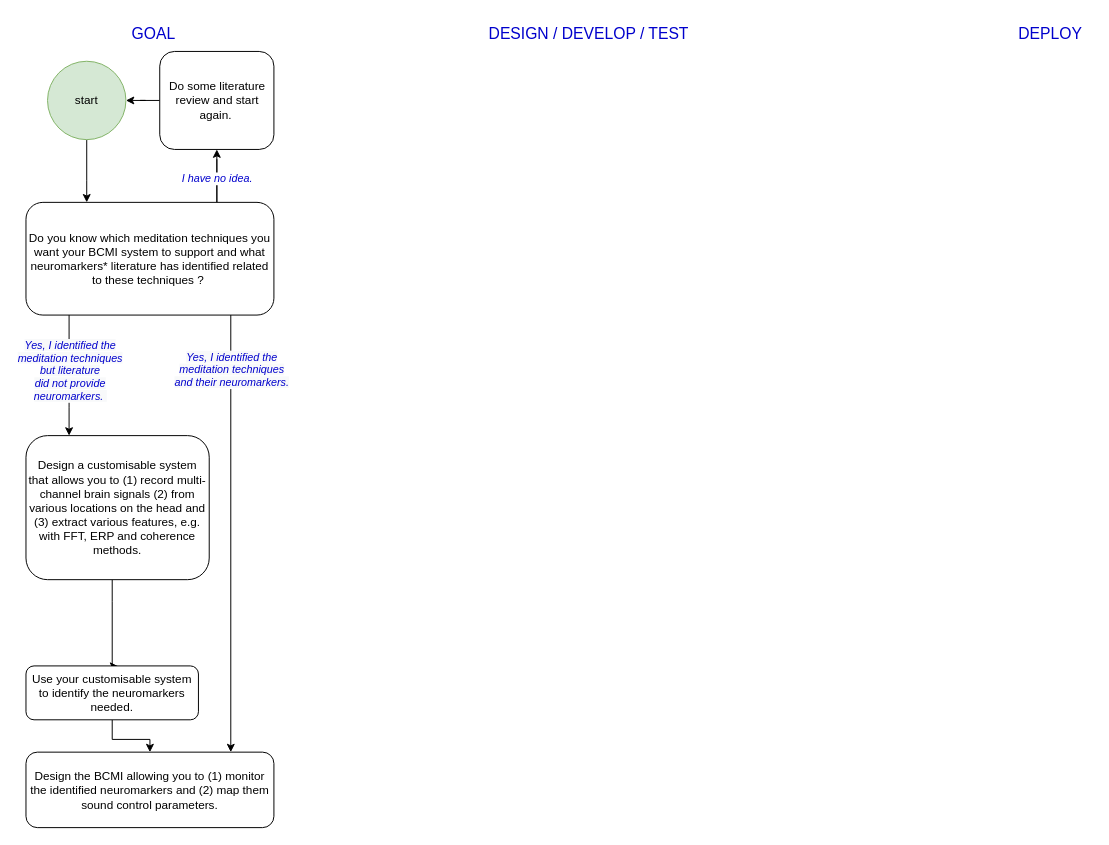
This is bcmi-design-recommendations-flowchart.drawio from khofstadter/bcmi-flowchart, a draw.io file, before an edit. Source tidied: cells renumbered, new cells numbered last; positions are measured from the earlier drawing's top-left corner, leaving out a move shared by most shapes. Both pictures are drawn from the tidied source at 98%, with x=0, y=0 at pixel (25, 17).
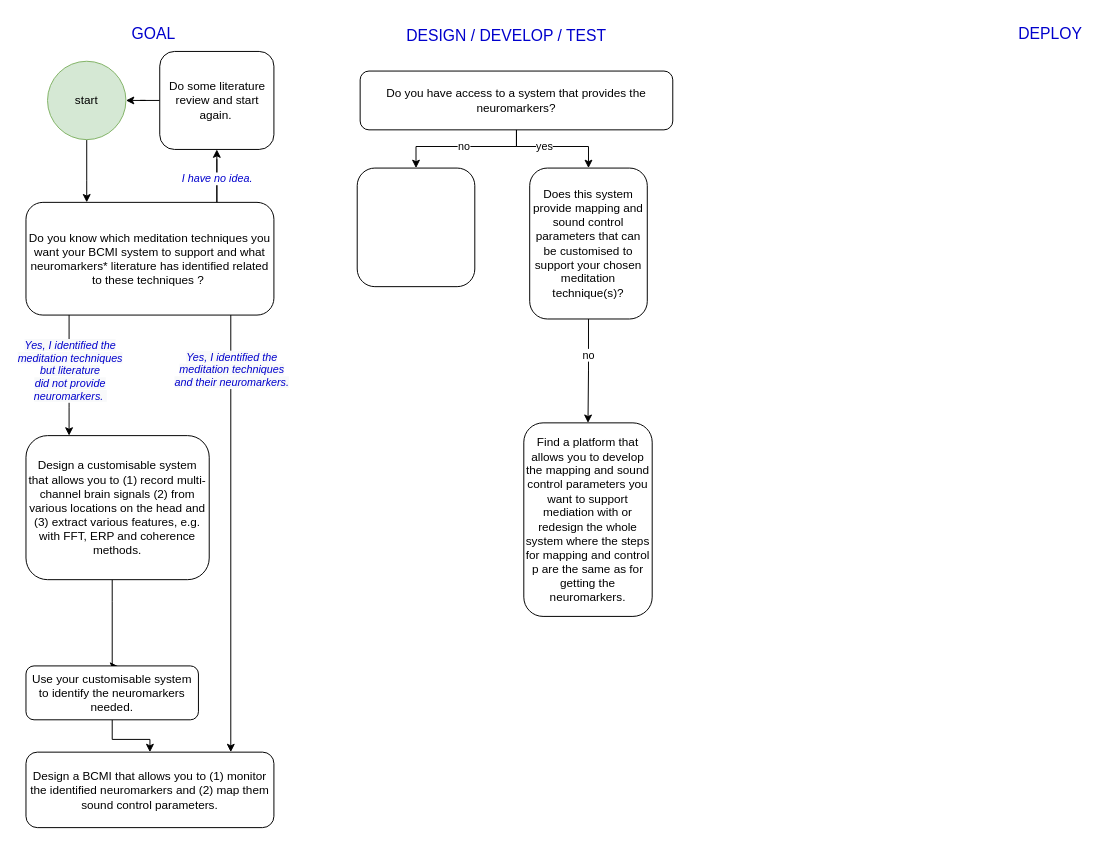
The same diagram, later.

What changed in the source:
```diff
@@
-    <mxCell id="15" value="Design the BCMI allowing you to (1) monitor the identified neuromarkers and (2) map them sound control parameters." style="rounded=1;whiteSpace=wrap;html=1;shadow=0;glass=0;sketch=0;" parent="1" vertex="1">
+    <mxCell id="15" value="Design a BCMI that allows you to (1) monitor the identified neuromarkers and (2) map them sound control parameters." style="rounded=1;whiteSpace=wrap;html=1;shadow=0;glass=0;sketch=0;" parent="1" vertex="1">
       <mxGeometry y="750" width="253" height="77" as="geometry" />
     </mxCell>
@@
     <mxCell id="20" value="&lt;font style=&quot;font-size: 16px;&quot;&gt;DESIGN / DEVELOP / TEST&lt;/font&gt;" style="text;html=1;align=center;verticalAlign=middle;strokeColor=none;fillColor=none;fontColor=#0000CC;" parent="1" vertex="1">
-      <mxGeometry x="458" width="231" height="33" as="geometry" />
+      <mxGeometry x="374" y="2" width="231" height="33" as="geometry" />
     </mxCell>
@@
+    <mxCell id="22" value="no" style="edgeStyle=orthogonalEdgeStyle;rounded=0;jettySize=auto;html=1;entryX=0.5;entryY=0;entryDx=0;entryDy=0;" parent="1" edge="1" source="25" target="26">
+      <mxGeometry relative="1" as="geometry">
+        <Array as="points">
+          <mxPoint x="500" y="132" />
+          <mxPoint x="398" y="132" />
+        </Array>
+      </mxGeometry>
+    </mxCell>
+    <mxCell id="23" style="edgeStyle=orthogonalEdgeStyle;rounded=0;jettySize=auto;html=1;exitX=0.5;exitY=1;exitDx=0;exitDy=0;entryX=0.5;entryY=0;entryDx=0;entryDy=0;" parent="1" edge="1" source="25" target="30">
+      <mxGeometry relative="1" as="geometry">
+        <Array as="points">
+          <mxPoint x="501" y="132" />
+          <mxPoint x="574" y="132" />
+        </Array>
+      </mxGeometry>
+    </mxCell>
+    <mxCell id="24" value="yes" style="edgeLabel;html=1;align=center;verticalAlign=middle;" parent="23" vertex="1">
+      <mxGeometry x="-0.2" y="1" relative="1" as="geometry" />
+    </mxCell>
+    <mxCell id="25" value="Do you have access to a system that provides the neuromarkers?" style="rounded=1;whiteSpace=wrap;html=1;" parent="1" vertex="1">
+      <mxGeometry x="341" y="55" width="319" height="60" as="geometry" />
+    </mxCell>
+    <mxCell id="26" style="rounded=1;whiteSpace=wrap;html=1;" parent="1" vertex="1">
+      <mxGeometry x="338" y="154" width="120" height="121" as="geometry" />
+    </mxCell>
+    <mxCell id="27" style="edgeStyle=orthogonalEdgeStyle;rounded=0;jettySize=auto;html=1;exitX=0.5;exitY=1;exitDx=0;exitDy=0;" parent="1" edge="1" source="30" target="29">
+      <mxGeometry relative="1" as="geometry" />
+    </mxCell>
+    <mxCell id="28" value="no" style="edgeLabel;html=1;align=center;verticalAlign=middle;" parent="27" vertex="1">
+      <mxGeometry x="-0.32" y="-1" relative="1" as="geometry" />
+    </mxCell>
+    <mxCell id="29" value="Find a platform that allows you to develop the mapping and sound control parameters you want to support mediation with or redesign the whole system where the steps for mapping and control p are the same as for getting the neuromarkers." style="rounded=1;whiteSpace=wrap;html=1;" parent="1" vertex="1">
+      <mxGeometry x="508" y="414" width="131" height="197.5" as="geometry" />
+    </mxCell>
+    <mxCell id="30" value="Does this system provide mapping and sound control parameters that can be customised to support your chosen meditation technique(s)?" style="rounded=1;whiteSpace=wrap;html=1;" parent="1" vertex="1">
+      <mxGeometry x="514" y="154" width="120" height="154" as="geometry" />
+    </mxCell>
```
